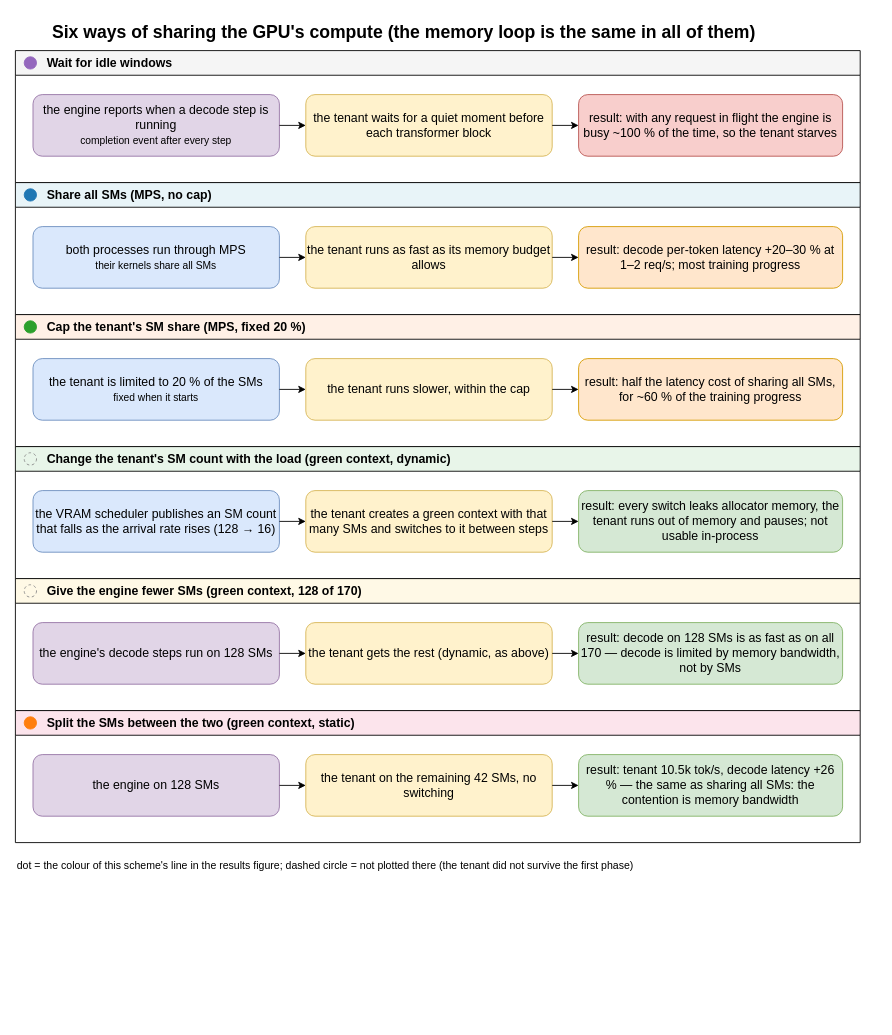
This is coloc_adjust/diagrams/04_compute_sharing.drawio from 852866031/cuda-schedule-project, a draw.io file, before an edit. Source tidied: cells renumbered, new cells numbered last; positions are measured from the earlier drawing's top-left corner, leaving out a move shared by most shapes. Both pictures are drawn from the tidied source at 88%, with x=0, y=0 at pixel (15, 15).
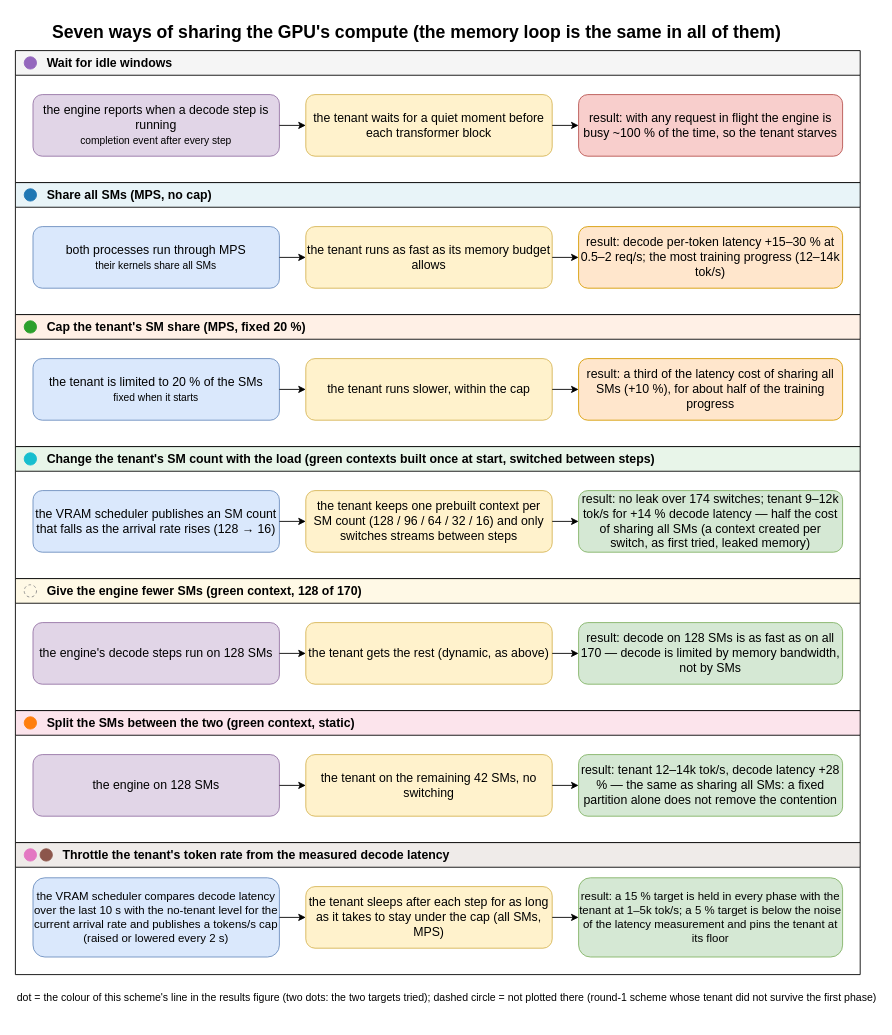
After the change.

The change refers to these unchanged cells:
```xml
<mxCell id="7" value="Share all SMs (MPS, no cap)" style="swimlane;horizontal=1;startSize=28;fontStyle=1;align=left;spacingLeft=34;fillColor=#e8f4f8;html=1;fontSize=14;" parent="1" vertex="1">
  <mxGeometry y="190" width="960" height="150" as="geometry" />
</mxCell>
<mxCell id="11" value="Cap the tenant's SM share (MPS, fixed 20 %)" style="swimlane;horizontal=1;startSize=28;fontStyle=1;align=left;spacingLeft=34;fillColor=#fff0e6;html=1;fontSize=14;" parent="1" vertex="1">
  <mxGeometry y="340" width="960" height="150" as="geometry" />
</mxCell>
<mxCell id="33" value="Split the SMs between the two (green context, static)" style="swimlane;horizontal=1;startSize=28;fontStyle=1;align=left;spacingLeft=34;fillColor=#fce4ec;html=1;fontSize=14;" parent="1" vertex="1">
  <mxGeometry y="790" width="960" height="150" as="geometry" />
</mxCell>
```

What changed in the source:
```diff
@@
-    <mxCell id="2" value="Six ways of sharing the GPU's compute (the memory loop is the same in all of them)" style="text;html=1;fontSize=20;fontStyle=1;align=left;" parent="1" vertex="1">
+    <mxCell id="2" value="Seven ways of sharing the GPU's compute (the memory loop is the same in all of them)" style="text;html=1;fontSize=20;fontStyle=1;align=left;" parent="1" vertex="1">
       <mxGeometry x="40" width="920" height="30" as="geometry" />
     </mxCell>
@@
-    <mxCell id="10" value="result: decode per-token latency +20–30 % at 1–2 req/s; most training progress" style="rounded=1;whiteSpace=wrap;html=1;fontSize=14;fillColor=#ffe6cc;strokeColor=#d79b00;" parent="7" vertex="1">
+    <mxCell id="10" value="result: decode per-token latency +15–30 % at 0.5–2 req/s; the most training progress (12–14k tok/s)" style="rounded=1;whiteSpace=wrap;html=1;fontSize=14;fillColor=#ffe6cc;strokeColor=#d79b00;" parent="7" vertex="1">
       <mxGeometry x="640" y="50" width="300" height="70" as="geometry" />
     </mxCell>
@@
-    <mxCell id="14" value="result: half the latency cost of sharing all SMs, for ~60 % of the training progress" style="rounded=1;whiteSpace=wrap;html=1;fontSize=14;fillColor=#ffe6cc;strokeColor=#d79b00;" parent="11" vertex="1">
+    <mxCell id="14" value="result: a third of the latency cost of sharing all SMs (+10 %), for about half of the training progress" style="rounded=1;whiteSpace=wrap;html=1;fontSize=14;fillColor=#ffe6cc;strokeColor=#d79b00;" parent="11" vertex="1">
       <mxGeometry x="640" y="50" width="300" height="70" as="geometry" />
     </mxCell>
-    <mxCell id="15" value="Change the tenant's SM count with the load (green context, dynamic)" style="swimlane;horizontal=1;startSize=28;fontStyle=1;align=left;spacingLeft=34;fillColor=#e8f5e9;html=1;fontSize=14;" parent="1" vertex="1">
+    <mxCell id="15" value="Change the tenant's SM count with the load (green contexts built once at start, switched between steps)" style="swimlane;horizontal=1;startSize=28;fontStyle=1;align=left;spacingLeft=34;fillColor=#e8f5e9;html=1;fontSize=14;" parent="1" vertex="1">
       <mxGeometry y="490" width="960" height="150" as="geometry" />
     </mxCell>
@@
-    <mxCell id="17" value="the tenant creates a green context with that many SMs and switches to it between steps" style="rounded=1;whiteSpace=wrap;html=1;fontSize=14;fillColor=#fff2cc;strokeColor=#d6b656;" parent="15" vertex="1">
+    <mxCell id="17" value="the tenant keeps one prebuilt context per SM count (128 / 96 / 64 / 32 / 16) and only switches streams between steps" style="rounded=1;whiteSpace=wrap;html=1;fontSize=14;fillColor=#fff2cc;strokeColor=#d6b656;" parent="15" vertex="1">
       <mxGeometry x="330" y="50" width="280" height="70" as="geometry" />
     </mxCell>
-    <mxCell id="18" value="result: every switch leaks allocator memory, the tenant runs out of memory and pauses; not usable in-process" style="rounded=1;whiteSpace=wrap;html=1;fontSize=14;fillColor=#d5e8d4;strokeColor=#82b366;" parent="15" vertex="1">
+    <mxCell id="18" value="result: no leak over 174 switches; tenant 9–12k tok/s for +14 % decode latency — half the cost of sharing all SMs (a context created per switch, as first tried, leaked memory)" style="rounded=1;whiteSpace=wrap;html=1;fontSize=14;fillColor=#d5e8d4;strokeColor=#82b366;" parent="15" vertex="1">
       <mxGeometry x="640" y="50" width="300" height="70" as="geometry" />
     </mxCell>
@@
-    <mxCell id="36" value="result: tenant 10.5k tok/s, decode latency +26 % — the same as sharing all SMs: the contention is memory bandwidth" style="rounded=1;whiteSpace=wrap;html=1;fontSize=14;fillColor=#d5e8d4;strokeColor=#82b366;" parent="33" vertex="1">
+    <mxCell id="36" value="result: tenant 12–14k tok/s, decode latency +28 % — the same as sharing all SMs: a fixed partition alone does not remove the contention" style="rounded=1;whiteSpace=wrap;html=1;fontSize=14;fillColor=#d5e8d4;strokeColor=#82b366;" parent="33" vertex="1">
       <mxGeometry x="640" y="50" width="300" height="70" as="geometry" />
     </mxCell>
@@
-    <mxCell id="42" style="ellipse;fillColor=none;strokeColor=#888888;dashed=1;" parent="15" vertex="1">
+    <mxCell id="42" style="ellipse;fillColor=#17becf;strokeColor=#17becf;" parent="15" vertex="1">
       <mxGeometry x="10" y="7" width="14" height="14" as="geometry" />
     </mxCell>
@@
+    <mxCell id="46" value="Throttle the tenant's token rate from the measured decode latency" style="swimlane;horizontal=1;startSize=28;fontStyle=1;align=left;spacingLeft=52;fillColor=#efebe9;html=1;fontSize=14;" parent="1" vertex="1">
+      <mxGeometry y="940" width="960" height="150" as="geometry" />
+    </mxCell>
+    <mxCell id="47" value="the VRAM scheduler compares decode latency over the last 10 s with the no-tenant level for the current arrival rate and publishes a tokens/s cap (raised or lowered every 2 s)" style="rounded=1;whiteSpace=wrap;html=1;fontSize=13;fillColor=#dae8fc;strokeColor=#6c8ebf;" parent="46" vertex="1">
+      <mxGeometry x="20" y="40" width="280" height="90" as="geometry" />
+    </mxCell>
+    <mxCell id="48" value="the tenant sleeps after each step for as long as it takes to stay under the cap (all SMs, MPS)" style="rounded=1;whiteSpace=wrap;html=1;fontSize=14;fillColor=#fff2cc;strokeColor=#d6b656;" parent="46" vertex="1">
+      <mxGeometry x="330" y="50" width="280" height="70" as="geometry" />
+    </mxCell>
+    <mxCell id="49" value="result: a 15 % target is held in every phase with the tenant at 1–5k tok/s; a 5 % target is below the noise of the latency measurement and pins the tenant at its floor" style="rounded=1;whiteSpace=wrap;html=1;fontSize=13;fillColor=#d5e8d4;strokeColor=#82b366;" parent="46" vertex="1">
+      <mxGeometry x="640" y="40" width="300" height="90" as="geometry" />
+    </mxCell>
+    <mxCell id="50" style="edgeStyle=orthogonalEdgeStyle;rounded=1;html=1;" parent="46" edge="1" source="47" target="48">
+      <mxGeometry relative="1" as="geometry" />
+    </mxCell>
+    <mxCell id="51" style="edgeStyle=orthogonalEdgeStyle;rounded=1;html=1;" parent="46" edge="1" source="48" target="49">
+      <mxGeometry relative="1" as="geometry" />
+    </mxCell>
+    <mxCell id="52" style="ellipse;fillColor=#e377c2;strokeColor=#e377c2;" parent="46" vertex="1">
+      <mxGeometry x="10" y="7" width="14" height="14" as="geometry" />
+    </mxCell>
+    <mxCell id="53" style="ellipse;fillColor=#8c564b;strokeColor=#8c564b;" parent="46" vertex="1">
+      <mxGeometry x="28" y="7" width="14" height="14" as="geometry" />
+    </mxCell>
-    <mxCell id="45" value="dot = the colour of this scheme's line in the results figure; dashed circle = not plotted there (the tenant did not survive the first phase)" style="text;html=1;fontSize=12;align=left;" parent="1" vertex="1">
-      <mxGeometry y="952" width="960" height="40" as="geometry" />
+    <mxCell id="45" value="dot = the colour of this scheme's line in the results figure (two dots: the two targets tried); dashed circle = not plotted there (round-1 scheme whose tenant did not survive the first phase)" style="text;html=1;fontSize=12;align=left;" parent="1" vertex="1">
+      <mxGeometry y="1102" width="960" height="40" as="geometry" />
     </mxCell>
```
